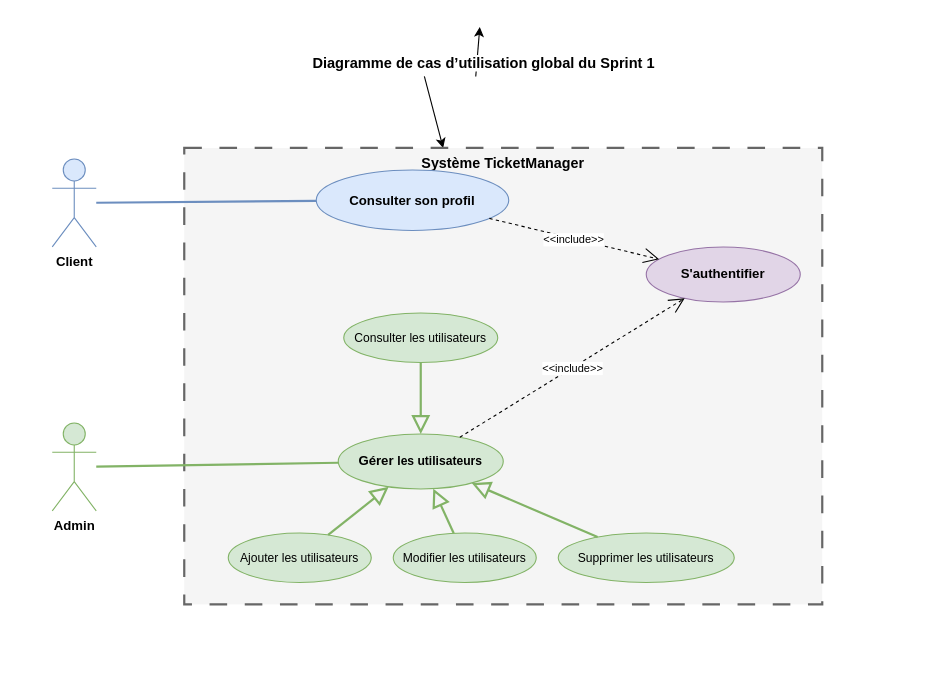
The draw.io diagram docs/diagrammes/cas-utilisation-l1-cs1.drawio in amelbenhazem/TicketManager, before the edit. Source tidied: cells renumbered, new cells numbered last; positions are measured from the earlier drawing's top-left corner, leaving out a move shared by most shapes. Both pictures are drawn from the tidied source at 110%, with x=0, y=0 at pixel (19, 26).
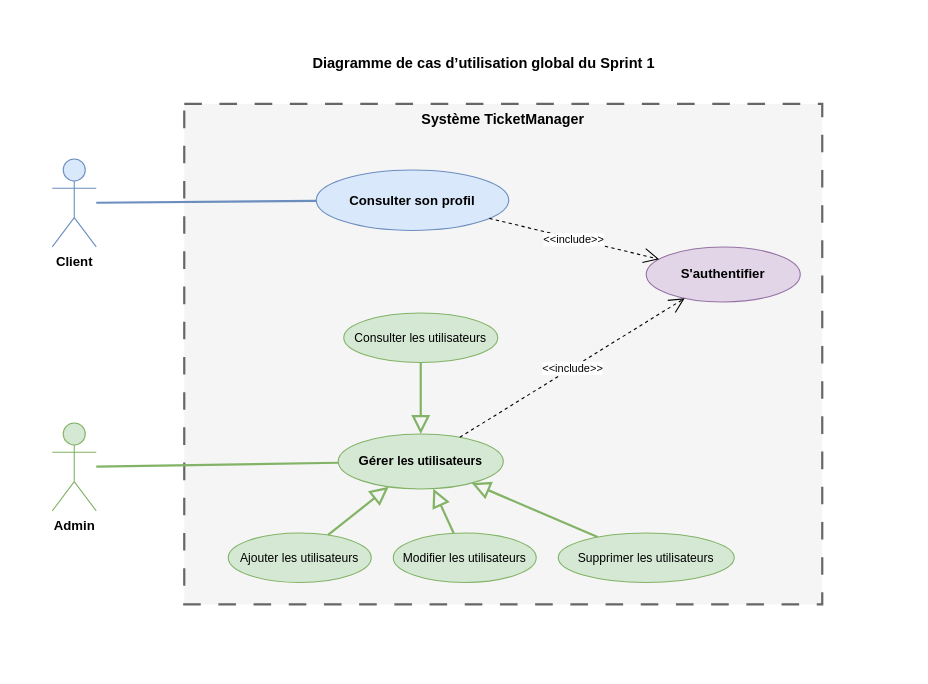
After the change.

Unchanged cells that the change refers to:
```xml
<mxCell id="5" value="&lt;span style=&quot;font-family: sans-serif; font-size: 13.2709px; caret-color: rgb(255, 255, 255); background-color: rgb(255, 255, 255);&quot;&gt;Diagramme de cas d’utilisation global du Sprint 1&lt;/span&gt;" style="text;html=1;strokeColor=none;fillColor=none;align=left;verticalAlign=middle;fontSize=14;fontStyle=1;fontColor=#000000;" parent="1" vertex="1">
  <mxGeometry x="265" y="20" width="200" height="25" as="geometry" />
</mxCell>
```

Diff of the diagram source:
```diff
@@
     <mxCell id="2" style="rounded=0;whiteSpace=wrap;html=1;fillColor=#ffffff;strokeColor=none;" parent="1" vertex="1">
-      <mxGeometry width="790" height="580" as="geometry" />
+      <mxGeometry x="20" y="-7.5" width="790" height="580" as="geometry" />
     </mxCell>
-    <mxCell id="3" style="edgeStyle=none;html=1;fontColor=#000000;" parent="1" edge="1" source="5" target="6">
-      <mxGeometry relative="1" as="geometry" />
-    </mxCell>
-    <mxCell id="4" style="edgeStyle=none;html=1;exitX=0.75;exitY=1;exitDx=0;exitDy=0;" parent="1" edge="1" source="5" target="2">
-      <mxGeometry relative="1" as="geometry" />
-    </mxCell>
@@
     <mxCell id="6" value="Système TicketManager" style="rounded=0;whiteSpace=wrap;html=1;verticalAlign=top;fontStyle=1;fontSize=13;fillColor=#f5f5f5;strokeColor=#666666;strokeWidth=2;fontColor=#000000;dashed=1;dashPattern=8 8;" parent="1" vertex="1">
-      <mxGeometry x="150" y="110" width="580" height="415" as="geometry" />
+      <mxGeometry x="150" y="70" width="580" height="455" as="geometry" />
     </mxCell>
```
